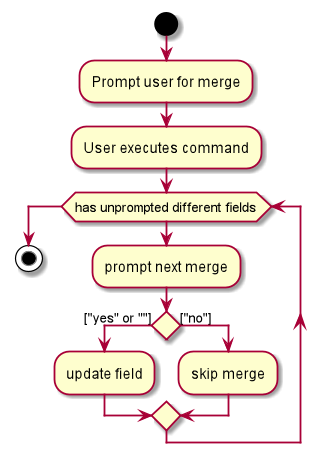
Above: images/MergeActivityDiagram.png in ybchen97/main (PlantUML), before the change. The source it was exported from:
```plantuml
@startuml
start

:Prompt user for merge;
:User executes command;

while (has unprompted different fields)
    :prompt next merge;
    if () then (["yes" or ""])

    :update field;

    else (["no"])

    :skip merge;

    endif
endwhile
stop
@enduml
```
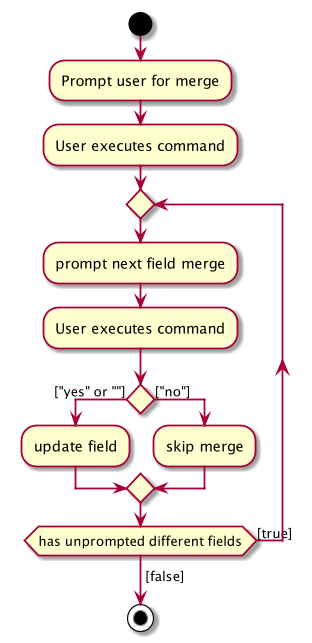
The same file after the commit.

Diff of the diagram source:
```diff
@@ -1,11 +1,14 @@
 @startuml
 start
+
+scale 0.6
 
 :Prompt user for merge;
 :User executes command;
 
-while (has unprompted different fields)
-    :prompt next merge;
+repeat
+    :prompt next field merge;
+    :User executes command;
     if () then (["yes" or ""])
 
     :update field;
@@ -15,6 +18,7 @@
     :skip merge;
 
     endif
-endwhile
+repeatwhile (has unprompted different fields) is ([true])
+-> [false];
 stop
 @enduml
```
